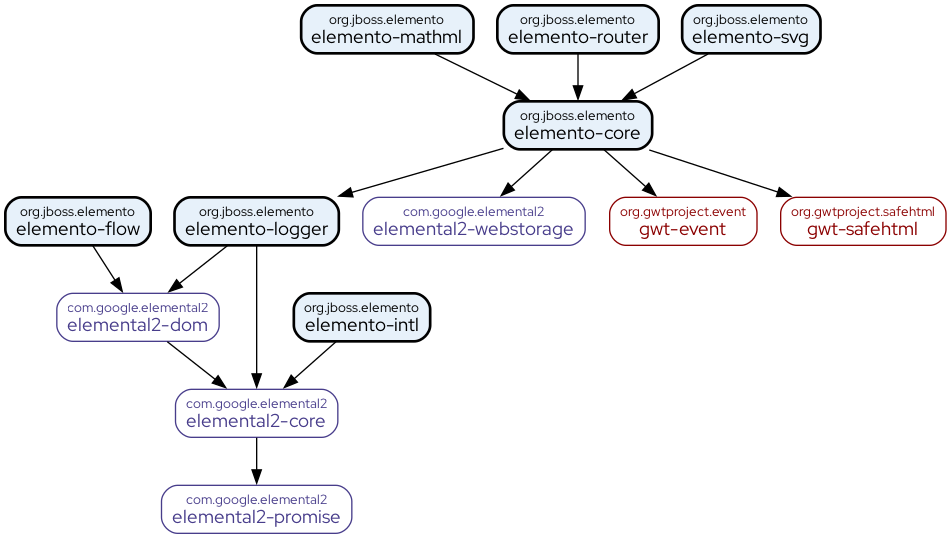
Before: dependency-graph.png, a diagram exported from Graphviz (hal/elemento). Its source is kept beside it as dependency-graph.dot.
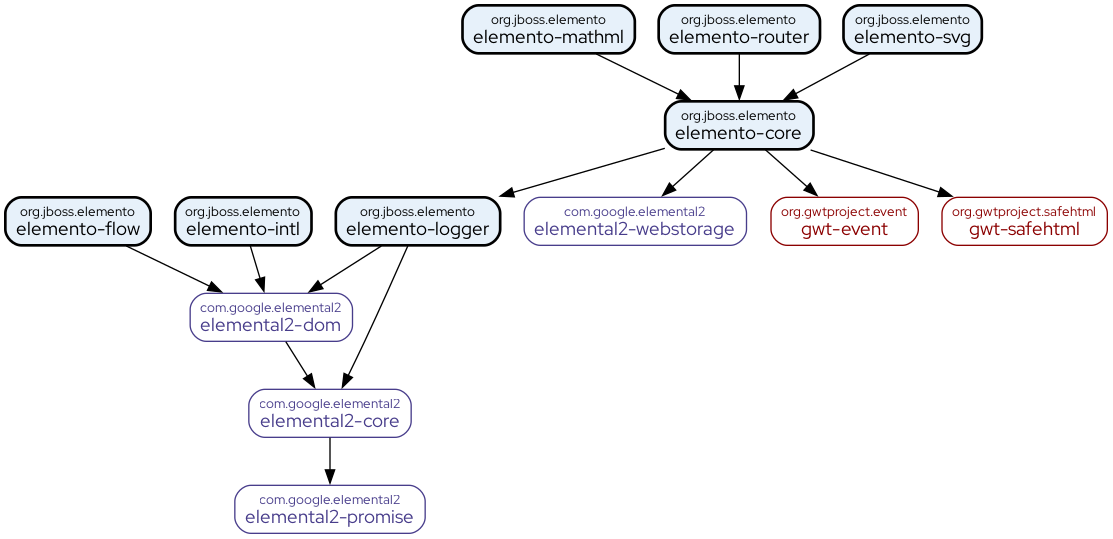
Later version of the same file.

Diff of the diagram source:
```diff
@@ -26,7 +26,7 @@
   "org.jboss.elemento:elemento-core:compile" -> "org.gwtproject.safehtml:gwt-safehtml:compile"
   "com.google.elemental2:elemental2-dom:compile" -> "com.google.elemental2:elemental2-core:compile"
   "org.jboss.elemento:elemento-flow:compile" -> "com.google.elemental2:elemental2-dom:compile"
-  "org.jboss.elemento:elemento-intl:compile" -> "com.google.elemental2:elemental2-core:compile"
+  "org.jboss.elemento:elemento-intl:compile" -> "com.google.elemental2:elemental2-dom:compile"
   "org.jboss.elemento:elemento-mathml:compile" -> "org.jboss.elemento:elemento-core:compile"
   "org.jboss.elemento:elemento-router:compile" -> "org.jboss.elemento:elemento-core:compile"
   "org.jboss.elemento:elemento-svg:compile" -> "org.jboss.elemento:elemento-core:compile"
```
